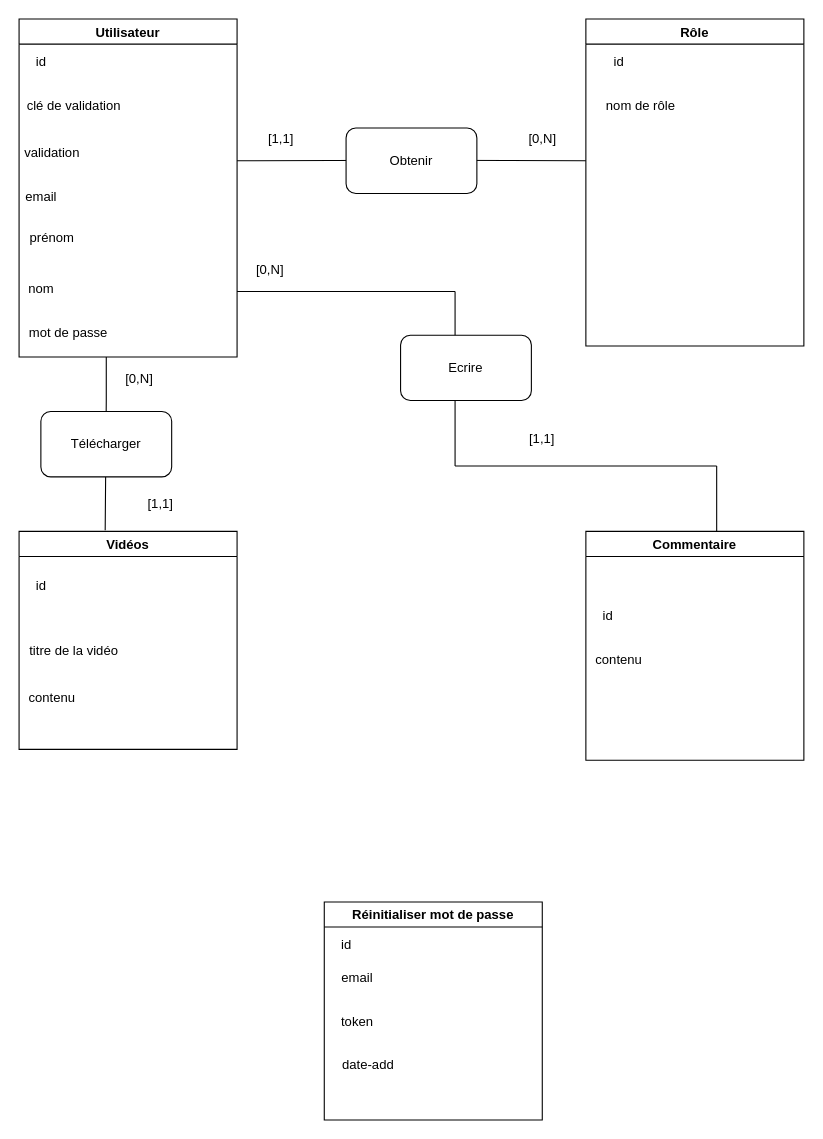
Before: doc/MCD MLD/MCD/MCD.drawio in Angelique59212/wignetube-CDA, a draw.io diagram. Source tidied: cells renumbered, new cells numbered last; positions are measured from the earlier drawing's top-left corner, leaving out a move shared by most shapes. Both pictures are drawn from the tidied source at 109%, with x=0, y=0 at pixel (19, 19).
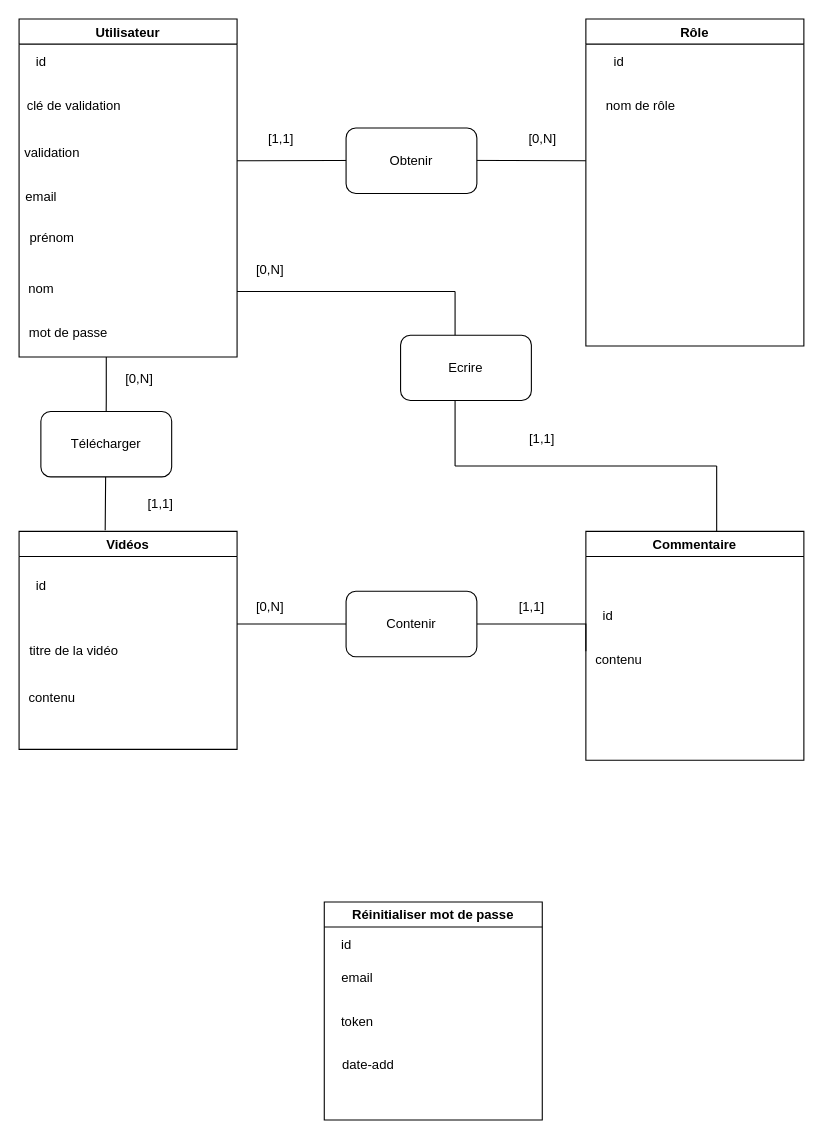
The same page after the edit.

The change refers to these unchanged cells:
```xml
<mxCell id="19" value="&lt;div&gt;contenu&lt;/div&gt;&lt;div&gt;&lt;br&gt;&lt;/div&gt;" style="text;html=1;align=center;verticalAlign=middle;points=[];strokeColor=none;fillColor=none;" parent="17" vertex="1">
  <mxGeometry y="110" width="60" height="30" as="geometry" />
</mxCell>
```

The edit, as a diff of the source:
```diff
@@
+    <mxCell id="40" style="edgeStyle=orthogonalEdgeStyle;rounded=0;jettySize=auto;html=1;endArrow=none;endFill=0;" parent="1" edge="1" source="42" target="43">
+      <mxGeometry relative="1" as="geometry" />
+    </mxCell>
+    <mxCell id="41" style="edgeStyle=orthogonalEdgeStyle;rounded=0;jettySize=auto;html=1;endArrow=none;endFill=0;" parent="1" edge="1" source="42" target="19">
+      <mxGeometry relative="1" as="geometry">
+        <Array as="points">
+          <mxPoint x="520" y="555" />
+        </Array>
+      </mxGeometry>
+    </mxCell>
+    <mxCell id="42" value="Contenir" style="rounded=1;whiteSpace=wrap;html=1;" parent="1" vertex="1">
+      <mxGeometry x="300" y="525" width="120" height="60" as="geometry" />
+    </mxCell>
+    <mxCell id="43" style="shape=waypoint;sketch=0;size=6;points=[];fillColor=default;perimeter=centerPerimeter;snapToPoint=1;rounded=1;strokeColor=none;" parent="1" vertex="1">
+      <mxGeometry x="180" y="535" width="40" height="40" as="geometry" />
+    </mxCell>
+    <mxCell id="44" value="[0,N]" style="text;html=1;align=center;verticalAlign=middle;strokeColor=none;fillColor=none;" parent="1" vertex="1">
+      <mxGeometry x="210" y="530" width="40" height="20" as="geometry" />
+    </mxCell>
+    <mxCell id="45" value="[1,1]" style="text;html=1;align=center;verticalAlign=middle;strokeColor=none;fillColor=none;" parent="1" vertex="1">
+      <mxGeometry x="450" y="530" width="40" height="20" as="geometry" />
+    </mxCell>
```
